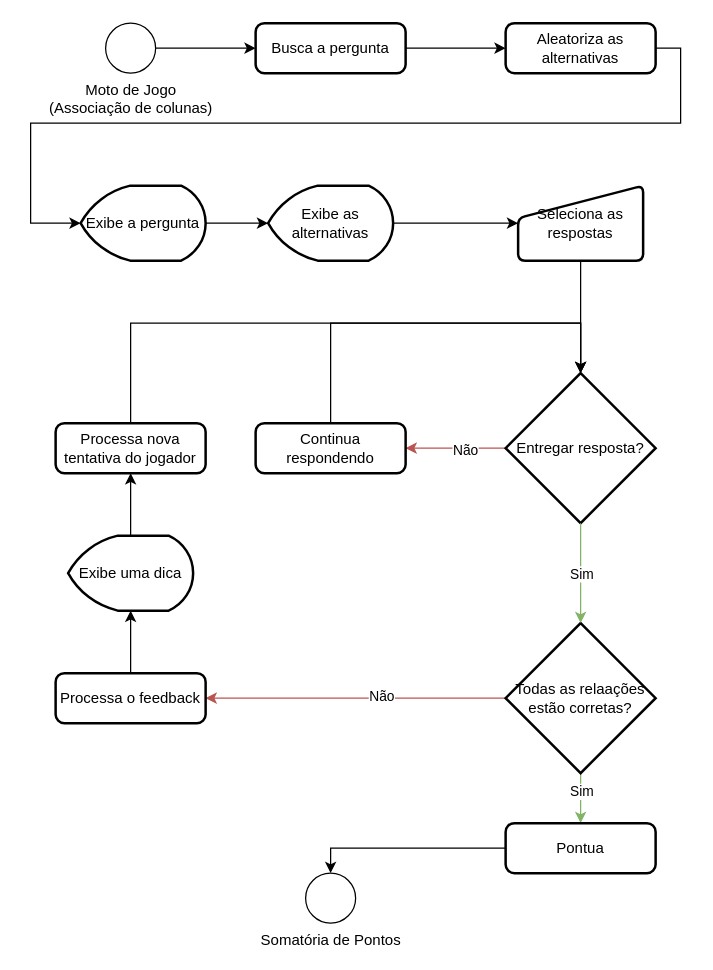
Earlier version of the draw.io diagram page "engine-selecao-multipla" (3 of 7) of docs/fluxograma.drawio (DHDC-21/this-is-a-serious-game). Source tidied: cells renumbered, new cells numbered last; positions are measured from the earlier drawing's top-left corner, leaving out a move shared by most shapes. Both pictures are drawn from the tidied source at 125%, with x=0, y=0 at pixel (30, 22).
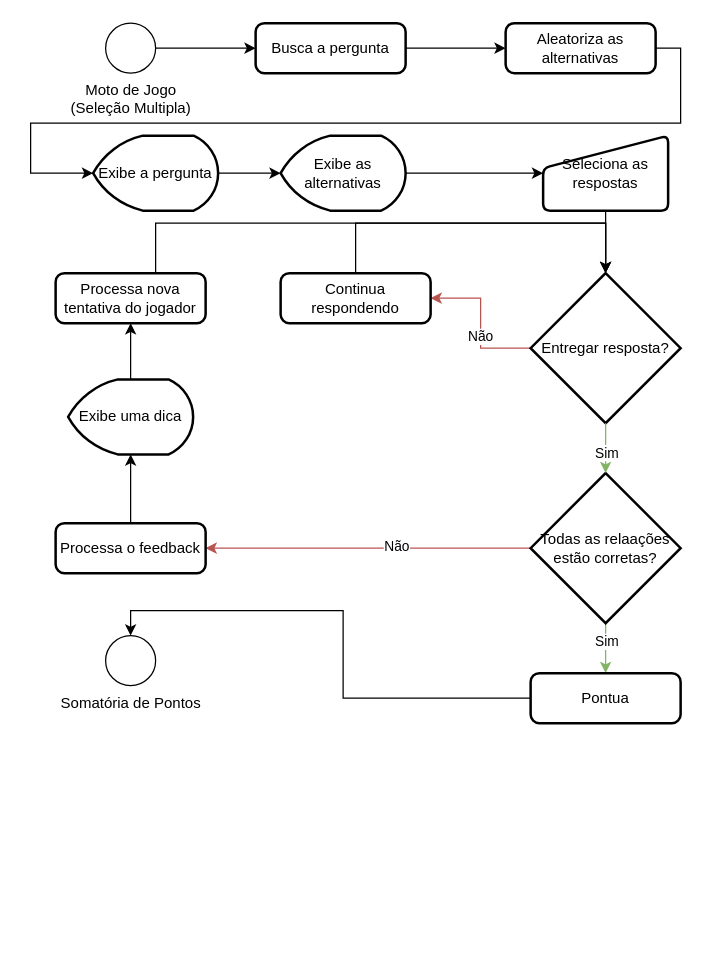
After the change.

Unchanged cells that the change refers to:
```xml
<mxCell id="6" value="Aleatoriza as alternativas" style="rounded=1;whiteSpace=wrap;html=1;absoluteArcSize=1;arcSize=14;strokeWidth=2;" parent="1" vertex="1">
  <mxGeometry x="380" width="120" height="40" as="geometry" />
</mxCell>
```

Diff of the diagram source:
```diff
@@
-    <mxCell id="3" value="Moto de Jogo&lt;div&gt;(Associação de colunas)&lt;/div&gt;" style="verticalLabelPosition=bottom;verticalAlign=top;html=1;shape=mxgraph.flowchart.on-page_reference;" parent="1" vertex="1">
+    <mxCell id="3" value="Moto de Jogo&lt;div&gt;(Seleção Multipla&lt;span style=&quot;background-color: transparent; color: light-dark(rgb(0, 0, 0), rgb(255, 255, 255));&quot;&gt;)&lt;/span&gt;&lt;/div&gt;" style="verticalLabelPosition=bottom;verticalAlign=top;html=1;shape=mxgraph.flowchart.on-page_reference;" parent="1" vertex="1">
       <mxGeometry x="60" width="40" height="40" as="geometry" />
     </mxCell>
@@
     <mxCell id="7" value="Exibe a pergunta" style="strokeWidth=2;html=1;shape=mxgraph.flowchart.display;whiteSpace=wrap;" parent="1" vertex="1">
-      <mxGeometry x="40" y="130" width="100" height="60" as="geometry" />
+      <mxGeometry x="50" y="90" width="100" height="60" as="geometry" />
     </mxCell>
@@
     <mxCell id="9" value="Exibe as alternativas" style="strokeWidth=2;html=1;shape=mxgraph.flowchart.display;whiteSpace=wrap;" parent="1" vertex="1">
-      <mxGeometry x="190" y="130" width="100" height="60" as="geometry" />
+      <mxGeometry x="200" y="90" width="100" height="60" as="geometry" />
     </mxCell>
     <mxCell id="10" style="edgeStyle=orthogonalEdgeStyle;rounded=0;jettySize=auto;html=1;exitX=1;exitY=0.5;exitDx=0;exitDy=0;entryX=0;entryY=0.5;entryDx=0;entryDy=0;entryPerimeter=0;" parent="1" edge="1" source="6" target="7">
       <mxGeometry relative="1" as="geometry">
         <Array as="points">
           <mxPoint x="520" y="20" />
           <mxPoint x="520" y="80" />
           <mxPoint y="80" />
-          <mxPoint y="160" />
+          <mxPoint y="120" />
         </Array>
       </mxGeometry>
     </mxCell>
@@
     <mxCell id="14" value="Entregar resposta?" style="strokeWidth=2;html=1;shape=mxgraph.flowchart.decision;whiteSpace=wrap;" parent="1" vertex="1">
-      <mxGeometry x="380" y="280" width="120" height="120" as="geometry" />
+      <mxGeometry x="400" y="200" width="120" height="120" as="geometry" />
     </mxCell>
@@
     <mxCell id="19" value="Todas as relaações estão corretas?" style="strokeWidth=2;html=1;shape=mxgraph.flowchart.decision;whiteSpace=wrap;" parent="1" vertex="1">
-      <mxGeometry x="380" y="480" width="120" height="120" as="geometry" />
+      <mxGeometry x="400" y="360" width="120" height="120" as="geometry" />
     </mxCell>
     <mxCell id="20" value="Processa o feedback" style="rounded=1;whiteSpace=wrap;html=1;absoluteArcSize=1;arcSize=14;strokeWidth=2;" parent="1" vertex="1">
-      <mxGeometry x="20" y="520" width="120" height="40" as="geometry" />
+      <mxGeometry x="20" y="400" width="120" height="40" as="geometry" />
     </mxCell>
@@
     <mxCell id="22" value="Exibe uma dica" style="strokeWidth=2;html=1;shape=mxgraph.flowchart.display;whiteSpace=wrap;" parent="1" vertex="1">
-      <mxGeometry x="30" y="410" width="100" height="60" as="geometry" />
+      <mxGeometry x="30" y="285" width="100" height="60" as="geometry" />
     </mxCell>
     <mxCell id="23" value="Processa nova tentativa do jogador" style="rounded=1;whiteSpace=wrap;html=1;absoluteArcSize=1;arcSize=14;strokeWidth=2;" parent="1" vertex="1">
-      <mxGeometry x="20" y="320" width="120" height="40" as="geometry" />
+      <mxGeometry x="20" y="200" width="120" height="40" as="geometry" />
     </mxCell>
     <mxCell id="24" value="Continua respondendo" style="rounded=1;whiteSpace=wrap;html=1;absoluteArcSize=1;arcSize=14;strokeWidth=2;" parent="1" vertex="1">
-      <mxGeometry x="180" y="320" width="120" height="40" as="geometry" />
+      <mxGeometry x="200" y="200" width="120" height="40" as="geometry" />
     </mxCell>
@@
-    <mxCell id="27" style="edgeStyle=orthogonalEdgeStyle;rounded=0;jettySize=auto;html=1;exitX=0.5;exitY=0;exitDx=0;exitDy=0;entryX=0.5;entryY=1;entryDx=0;entryDy=0;entryPerimeter=0;" parent="1" edge="1" source="20" target="22">
-      <mxGeometry relative="1" as="geometry" />
-    </mxCell>
     <mxCell id="28" style="edgeStyle=orthogonalEdgeStyle;rounded=0;jettySize=auto;html=1;exitX=0.5;exitY=0;exitDx=0;exitDy=0;entryX=0.5;entryY=0;entryDx=0;entryDy=0;entryPerimeter=0;" parent="1" edge="1" source="23" target="14">
       <mxGeometry relative="1" as="geometry">
         <Array as="points">
-          <mxPoint x="80" y="240" />
-          <mxPoint x="440" y="240" />
+          <mxPoint x="100" y="160" />
+          <mxPoint x="460" y="160" />
         </Array>
       </mxGeometry>
     </mxCell>
     <mxCell id="29" style="edgeStyle=orthogonalEdgeStyle;rounded=0;jettySize=auto;html=1;exitX=0.5;exitY=0;exitDx=0;exitDy=0;entryX=0.5;entryY=0;entryDx=0;entryDy=0;entryPerimeter=0;" parent="1" edge="1" source="24" target="14">
       <mxGeometry relative="1" as="geometry">
         <Array as="points">
-          <mxPoint x="240" y="240" />
-          <mxPoint x="440" y="240" />
+          <mxPoint x="260" y="160" />
+          <mxPoint x="460" y="160" />
         </Array>
       </mxGeometry>
     </mxCell>
     <mxCell id="30" value="Somatória de Pontos" style="verticalLabelPosition=bottom;verticalAlign=top;html=1;shape=mxgraph.flowchart.on-page_reference;" parent="1" vertex="1">
-      <mxGeometry x="220" y="680" width="40" height="40" as="geometry" />
+      <mxGeometry x="60" y="490" width="40" height="40" as="geometry" />
     </mxCell>
     <mxCell id="31" value="Pontua" style="rounded=1;whiteSpace=wrap;html=1;absoluteArcSize=1;arcSize=14;strokeWidth=2;" parent="1" vertex="1">
-      <mxGeometry x="380" y="640" width="120" height="40" as="geometry" />
+      <mxGeometry x="400" y="520" width="120" height="40" as="geometry" />
     </mxCell>
@@
     <mxCell id="33" value="Seleciona as respostas" style="html=1;strokeWidth=2;shape=manualInput;boundedLbl=1;whiteSpace=wrap;rounded=1;size=26;arcSize=11;" parent="1" vertex="1">
-      <mxGeometry x="390" y="130" width="100" height="60" as="geometry" />
+      <mxGeometry x="410" y="90" width="100" height="60" as="geometry" />
     </mxCell>
@@
+    <mxCell id="27" style="edgeStyle=orthogonalEdgeStyle;rounded=0;jettySize=auto;html=1;exitX=0.5;exitY=0;exitDx=0;exitDy=0;entryX=0.5;entryY=1;entryDx=0;entryDy=0;entryPerimeter=0;" parent="1" edge="1" source="20" target="22">
+      <mxGeometry relative="1" as="geometry" />
+    </mxCell>
```
